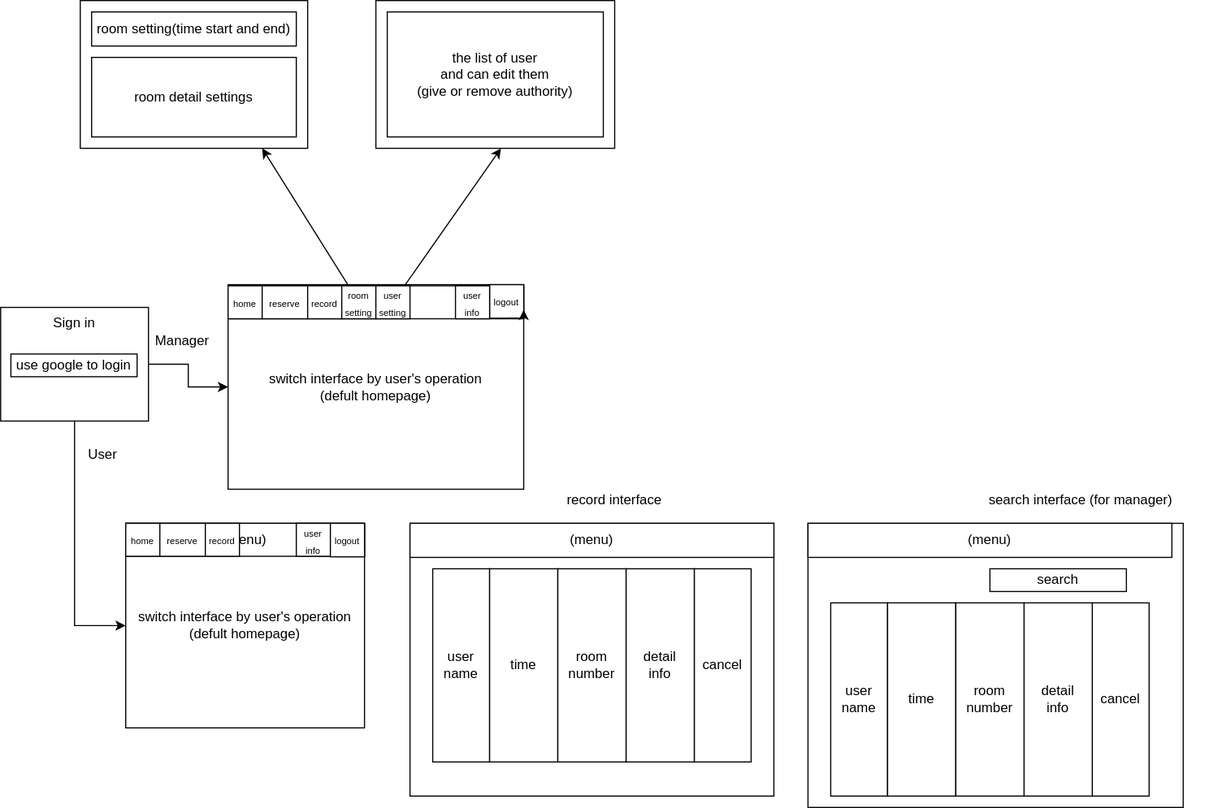
Above: Drawio/2.3.1.drawio.svg in CCCpeggy/Reservatio-system (draw.io), before the change. Source tidied: cells renumbered, new cells last; positions are measured from the earlier drawing's top-left corner, leaving out a move shared by most shapes.
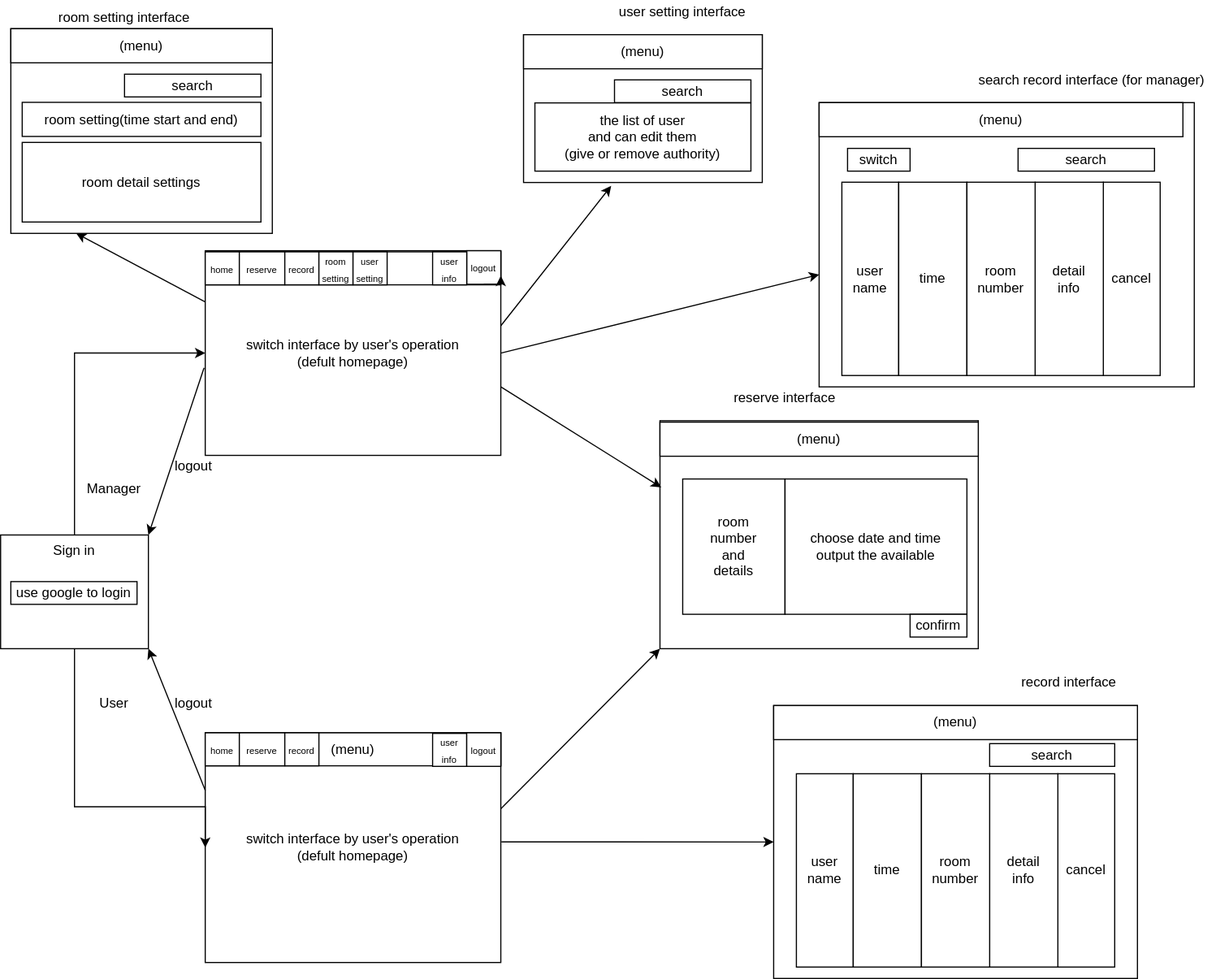
After the commit.

Change to the diagram source:
```diff
@@ -3,17 +3,25 @@
     <mxCell id="0" />
     <mxCell id="1" parent="0" />
     <mxCell id="2" value="&lt;span&gt;switch interface by user's operation&lt;/span&gt;&lt;br&gt;&lt;span&gt;(defult homepage)&lt;/span&gt;" style="rounded=0;whiteSpace=wrap;html=1;" parent="1" vertex="1">
-      <mxGeometry x="110" y="460" width="210" height="180" as="geometry" />
+      <mxGeometry x="180" y="444" width="260" height="202" as="geometry" />
     </mxCell>
     <mxCell id="3" value="&amp;nbsp; &amp;nbsp; &amp;nbsp; &amp;nbsp; &amp;nbsp; &amp;nbsp;(menu)" style="rounded=0;whiteSpace=wrap;html=1;" parent="1" vertex="1">
-      <mxGeometry x="110" y="460" width="210" height="29" as="geometry" />
+      <mxGeometry x="180" y="444" width="260" height="29" as="geometry" />
     </mxCell>
+    <mxCell id="5" style="edgeStyle=orthogonalEdgeStyle;rounded=0;jettySize=auto;html=1;entryX=0;entryY=0.5;entryDx=0;entryDy=0;" parent="1" edge="1" source="6" target="8">
+      <mxGeometry relative="1" as="geometry">
+        <Array as="points">
+          <mxPoint x="65" y="110" />
+        </Array>
+      </mxGeometry>
+    </mxCell>
-    <mxCell id="4" style="rounded=0;jettySize=auto;html=1;entryX=0;entryY=0.5;entryDx=0;entryDy=0;edgeStyle=orthogonalEdgeStyle;" parent="1" edge="1" source="6" target="2">
-      <mxGeometry relative="1" as="geometry" />
+    <mxCell id="4" style="edgeStyle=orthogonalEdgeStyle;rounded=0;jettySize=auto;html=1;entryX=0;entryY=0.5;entryDx=0;entryDy=0;" parent="1" edge="1" source="6" target="2">
+      <mxGeometry relative="1" as="geometry">
+        <Array as="points">
+          <mxPoint x="65" y="509" />
+        </Array>
+      </mxGeometry>
     </mxCell>
-    <mxCell id="5" style="edgeStyle=orthogonalEdgeStyle;rounded=0;jettySize=auto;html=1;entryX=0;entryY=0.5;entryDx=0;entryDy=0;" parent="1" edge="1" source="6" target="8">
-      <mxGeometry relative="1" as="geometry" />
-    </mxCell>
     <mxCell id="6" value="Sign in&amp;nbsp;" style="rounded=0;whiteSpace=wrap;html=1;verticalAlign=top;" parent="1" vertex="1">
       <mxGeometry y="270" width="130" height="100" as="geometry" />
     </mxCell>
@@ -21,131 +29,195 @@
       <mxGeometry x="9" y="311" width="111" height="20" as="geometry" />
     </mxCell>
     <mxCell id="8" value="switch interface by user's operation&lt;br&gt;(defult homepage)" style="rounded=0;whiteSpace=wrap;html=1;" parent="1" vertex="1">
-      <mxGeometry x="200" y="250" width="260" height="180" as="geometry" />
+      <mxGeometry x="180" y="20" width="260" height="180" as="geometry" />
     </mxCell>
     <mxCell id="9" value="User" style="text;html=1;strokeColor=none;fillColor=none;align=center;verticalAlign=middle;whiteSpace=wrap;rounded=0;" parent="1" vertex="1">
-      <mxGeometry x="70" y="390" width="40" height="20" as="geometry" />
+      <mxGeometry x="80" y="408" width="40" height="20" as="geometry" />
     </mxCell>
     <mxCell id="10" value="Manager" style="text;html=1;strokeColor=none;fillColor=none;align=center;verticalAlign=middle;whiteSpace=wrap;rounded=0;" parent="1" vertex="1">
-      <mxGeometry x="140" y="290" width="40" height="20" as="geometry" />
+      <mxGeometry x="80" y="220" width="40" height="20" as="geometry" />
     </mxCell>
-    <mxCell id="11" style="rounded=0;whiteSpace=wrap;html=1;" parent="1" vertex="1">
-      <mxGeometry x="200" y="251" width="260" height="29" as="geometry" />
+    <mxCell id="11" value="&amp;nbsp; &amp;nbsp; &amp;nbsp; &amp;nbsp; &amp;nbsp; &amp;nbsp; &amp;nbsp; &amp;nbsp; &amp;nbsp; &amp;nbsp; &amp;nbsp; &amp;nbsp; &amp;nbsp; &amp;nbsp; &amp;nbsp; &amp;nbsp;(menu)" style="rounded=0;whiteSpace=wrap;html=1;" parent="1" vertex="1">
+      <mxGeometry x="180" y="21" width="260" height="29" as="geometry" />
     </mxCell>
     <mxCell id="12" value="&lt;font style=&quot;font-size: 8px&quot;&gt;home&lt;/font&gt;" style="rounded=0;whiteSpace=wrap;html=1;" parent="1" vertex="1">
-      <mxGeometry x="200" y="251" width="30" height="29" as="geometry" />
+      <mxGeometry x="180" y="21" width="30" height="29" as="geometry" />
     </mxCell>
     <mxCell id="13" value="&lt;font style=&quot;font-size: 8px&quot;&gt;reserve&lt;/font&gt;" style="rounded=0;whiteSpace=wrap;html=1;" parent="1" vertex="1">
-      <mxGeometry x="230" y="251" width="40" height="29" as="geometry" />
+      <mxGeometry x="210" y="21" width="40" height="29" as="geometry" />
     </mxCell>
     <mxCell id="14" value="&lt;span style=&quot;font-size: 8px&quot;&gt;record&lt;/span&gt;" style="rounded=0;whiteSpace=wrap;html=1;" parent="1" vertex="1">
-      <mxGeometry x="270" y="251" width="30" height="29" as="geometry" />
+      <mxGeometry x="250" y="21" width="30" height="29" as="geometry" />
     </mxCell>
     <mxCell id="15" value="&lt;span style=&quot;font-size: 8px&quot;&gt;logout&lt;/span&gt;" style="rounded=0;whiteSpace=wrap;html=1;" parent="1" vertex="1">
-      <mxGeometry x="430" y="250" width="30" height="29.5" as="geometry" />
+      <mxGeometry x="410" y="20" width="30" height="29.5" as="geometry" />
     </mxCell>
-    <mxCell id="16" style="rounded=0;jettySize=auto;html=1;" parent="1" edge="1" source="17">
-      <mxGeometry relative="1" as="geometry">
-        <mxPoint x="230" y="130" as="targetPoint" />
-      </mxGeometry>
-    </mxCell>
     <mxCell id="17" value="&lt;span style=&quot;font-size: 8px&quot;&gt;room&lt;br&gt;setting&lt;br&gt;&lt;/span&gt;" style="rounded=0;whiteSpace=wrap;html=1;" parent="1" vertex="1">
-      <mxGeometry x="300" y="251" width="30" height="29" as="geometry" />
+      <mxGeometry x="280" y="21" width="30" height="29" as="geometry" />
     </mxCell>
     <mxCell id="18" style="edgeStyle=orthogonalEdgeStyle;rounded=0;orthogonalLoop=1;jettySize=auto;html=1;exitX=0.5;exitY=1;exitDx=0;exitDy=0;entryX=1;entryY=0.75;entryDx=0;entryDy=0;" parent="1" edge="1" source="15" target="15">
       <mxGeometry relative="1" as="geometry" />
     </mxCell>
-    <mxCell id="19" style="rounded=0;jettySize=auto;html=1;" parent="1" edge="1" source="20">
-      <mxGeometry relative="1" as="geometry">
-        <mxPoint x="440" y="130" as="targetPoint" />
-      </mxGeometry>
-    </mxCell>
     <mxCell id="20" value="&lt;span style=&quot;font-size: 8px&quot;&gt;user&lt;br&gt;setting&lt;br&gt;&lt;/span&gt;" style="rounded=0;whiteSpace=wrap;html=1;" parent="1" vertex="1">
-      <mxGeometry x="330" y="251" width="30" height="29" as="geometry" />
+      <mxGeometry x="310" y="21" width="30" height="29" as="geometry" />
     </mxCell>
     <mxCell id="21" value="&lt;span style=&quot;font-size: 8px&quot;&gt;user&lt;br&gt;info&lt;br&gt;&lt;/span&gt;" style="rounded=0;whiteSpace=wrap;html=1;" parent="1" vertex="1">
-      <mxGeometry x="400" y="251" width="30" height="29" as="geometry" />
+      <mxGeometry x="380" y="21" width="30" height="29" as="geometry" />
     </mxCell>
     <mxCell id="22" value="&lt;font style=&quot;font-size: 8px&quot;&gt;home&lt;/font&gt;" style="rounded=0;whiteSpace=wrap;html=1;" parent="1" vertex="1">
-      <mxGeometry x="110" y="460" width="30" height="29" as="geometry" />
+      <mxGeometry x="180" y="444" width="30" height="29" as="geometry" />
     </mxCell>
     <mxCell id="23" value="&lt;font style=&quot;font-size: 8px&quot;&gt;reserve&lt;/font&gt;" style="rounded=0;whiteSpace=wrap;html=1;" parent="1" vertex="1">
-      <mxGeometry x="140" y="460" width="40" height="29" as="geometry" />
+      <mxGeometry x="210" y="444" width="40" height="29" as="geometry" />
     </mxCell>
     <mxCell id="24" value="&lt;span style=&quot;font-size: 8px&quot;&gt;record&lt;/span&gt;" style="rounded=0;whiteSpace=wrap;html=1;" parent="1" vertex="1">
-      <mxGeometry x="180" y="460" width="30" height="29" as="geometry" />
+      <mxGeometry x="250" y="444" width="30" height="29" as="geometry" />
     </mxCell>
     <mxCell id="25" value="&lt;span style=&quot;font-size: 8px&quot;&gt;user&lt;br&gt;info&lt;br&gt;&lt;/span&gt;" style="rounded=0;whiteSpace=wrap;html=1;" parent="1" vertex="1">
-      <mxGeometry x="260" y="460" width="30" height="29" as="geometry" />
+      <mxGeometry x="380" y="444.5" width="30" height="29" as="geometry" />
     </mxCell>
     <mxCell id="26" value="&lt;span style=&quot;font-size: 8px&quot;&gt;logout&lt;/span&gt;" style="rounded=0;whiteSpace=wrap;html=1;" parent="1" vertex="1">
-      <mxGeometry x="290" y="460" width="30" height="29.5" as="geometry" />
+      <mxGeometry x="410" y="444" width="30" height="29.5" as="geometry" />
     </mxCell>
     <mxCell id="27" style="rounded=0;whiteSpace=wrap;html=1;" parent="1" vertex="1">
-      <mxGeometry x="70" width="200" height="130" as="geometry" />
+      <mxGeometry x="9" y="-175.2" width="230" height="180" as="geometry" />
     </mxCell>
     <mxCell id="28" style="rounded=0;whiteSpace=wrap;html=1;" parent="1" vertex="1">
-      <mxGeometry x="330" width="210" height="130" as="geometry" />
+      <mxGeometry x="460" y="-170" width="210" height="130" as="geometry" />
     </mxCell>
     <mxCell id="29" value="room setting(time start and end)" style="rounded=0;whiteSpace=wrap;html=1;" parent="1" vertex="1">
-      <mxGeometry x="80" y="10" width="180" height="30" as="geometry" />
+      <mxGeometry x="19" y="-110.5" width="210" height="30" as="geometry" />
     </mxCell>
     <mxCell id="30" value="room detail settings&lt;br&gt;" style="rounded=0;whiteSpace=wrap;html=1;" parent="1" vertex="1">
-      <mxGeometry x="80" y="50" width="180" height="70" as="geometry" />
+      <mxGeometry x="19" y="-75.2" width="210" height="70" as="geometry" />
     </mxCell>
     <mxCell id="31" value="the list of user&lt;br&gt;and can edit them&lt;br&gt;(give or remove authority)" style="rounded=0;whiteSpace=wrap;html=1;" parent="1" vertex="1">
-      <mxGeometry x="340" y="10" width="190" height="110" as="geometry" />
+      <mxGeometry x="470" y="-110" width="190" height="60" as="geometry" />
     </mxCell>
     <mxCell id="32" style="rounded=0;whiteSpace=wrap;html=1;" parent="1" vertex="1">
-      <mxGeometry x="360" y="460" width="320" height="240" as="geometry" />
+      <mxGeometry x="680" y="420" width="320" height="240" as="geometry" />
     </mxCell>
     <mxCell id="33" value="record interface" style="text;html=1;strokeColor=none;fillColor=none;align=center;verticalAlign=middle;whiteSpace=wrap;rounded=0;" parent="1" vertex="1">
-      <mxGeometry x="460" y="430" width="160" height="20" as="geometry" />
+      <mxGeometry x="860" y="390" width="160" height="20" as="geometry" />
     </mxCell>
     <mxCell id="34" value="(menu)" style="rounded=0;whiteSpace=wrap;html=1;" parent="1" vertex="1">
-      <mxGeometry x="360" y="460" width="320" height="30" as="geometry" />
+      <mxGeometry x="680" y="420" width="320" height="30" as="geometry" />
     </mxCell>
     <mxCell id="35" value="cancel" style="rounded=0;whiteSpace=wrap;html=1;" parent="1" vertex="1">
-      <mxGeometry x="610" y="500" width="50" height="170" as="geometry" />
+      <mxGeometry x="930" y="480" width="50" height="170" as="geometry" />
     </mxCell>
     <mxCell id="36" value="detail&lt;br&gt;info" style="rounded=0;whiteSpace=wrap;html=1;" parent="1" vertex="1">
-      <mxGeometry x="550" y="500" width="60" height="170" as="geometry" />
+      <mxGeometry x="870" y="480" width="60" height="170" as="geometry" />
     </mxCell>
     <mxCell id="37" value="user&lt;br&gt;name" style="rounded=0;whiteSpace=wrap;html=1;" parent="1" vertex="1">
-      <mxGeometry x="380" y="500" width="50" height="170" as="geometry" />
+      <mxGeometry x="700" y="480" width="50" height="170" as="geometry" />
     </mxCell>
     <mxCell id="38" value="time" style="rounded=0;whiteSpace=wrap;html=1;" parent="1" vertex="1">
-      <mxGeometry x="430" y="500" width="60" height="170" as="geometry" />
+      <mxGeometry x="750" y="480" width="60" height="170" as="geometry" />
     </mxCell>
     <mxCell id="39" value="room&lt;br&gt;number" style="rounded=0;whiteSpace=wrap;html=1;" parent="1" vertex="1">
-      <mxGeometry x="490" y="500" width="60" height="170" as="geometry" />
+      <mxGeometry x="810" y="480" width="60" height="170" as="geometry" />
     </mxCell>
     <mxCell id="40" style="rounded=0;whiteSpace=wrap;html=1;" parent="1" vertex="1">
-      <mxGeometry x="710" y="460" width="330" height="250" as="geometry" />
+      <mxGeometry x="720" y="-110.2" width="330" height="250" as="geometry" />
     </mxCell>
     <mxCell id="41" value="(menu)" style="rounded=0;whiteSpace=wrap;html=1;" parent="1" vertex="1">
-      <mxGeometry x="710" y="460" width="320" height="30" as="geometry" />
+      <mxGeometry x="720" y="-110.2" width="320" height="30" as="geometry" />
     </mxCell>
     <mxCell id="42" value="cancel" style="rounded=0;whiteSpace=wrap;html=1;" parent="1" vertex="1">
-      <mxGeometry x="960" y="530" width="50" height="170" as="geometry" />
+      <mxGeometry x="970" y="-40.2" width="50" height="170" as="geometry" />
     </mxCell>
     <mxCell id="43" value="detail&lt;br&gt;info" style="rounded=0;whiteSpace=wrap;html=1;" parent="1" vertex="1">
-      <mxGeometry x="900" y="530" width="60" height="170" as="geometry" />
+      <mxGeometry x="910" y="-40.2" width="60" height="170" as="geometry" />
     </mxCell>
     <mxCell id="44" value="user&lt;br&gt;name" style="rounded=0;whiteSpace=wrap;html=1;" parent="1" vertex="1">
-      <mxGeometry x="730" y="530" width="50" height="170" as="geometry" />
+      <mxGeometry x="740" y="-40.2" width="50" height="170" as="geometry" />
     </mxCell>
     <mxCell id="45" value="time" style="rounded=0;whiteSpace=wrap;html=1;" parent="1" vertex="1">
-      <mxGeometry x="780" y="530" width="60" height="170" as="geometry" />
+      <mxGeometry x="790" y="-40.2" width="60" height="170" as="geometry" />
     </mxCell>
     <mxCell id="46" value="room&lt;br&gt;number" style="rounded=0;whiteSpace=wrap;html=1;" parent="1" vertex="1">
-      <mxGeometry x="840" y="530" width="60" height="170" as="geometry" />
+      <mxGeometry x="850" y="-40.2" width="60" height="170" as="geometry" />
     </mxCell>
-    <mxCell id="47" value="search interface (for manager)" style="text;html=1;strokeColor=none;fillColor=none;align=center;verticalAlign=middle;whiteSpace=wrap;rounded=0;" parent="1" vertex="1">
-      <mxGeometry x="830" y="430" width="240" height="20" as="geometry" />
+    <mxCell id="47" value="search record interface (for manager)" style="text;html=1;strokeColor=none;fillColor=none;align=center;verticalAlign=middle;whiteSpace=wrap;rounded=0;" parent="1" vertex="1">
+      <mxGeometry x="840" y="-140.2" width="240" height="20" as="geometry" />
     </mxCell>
     <mxCell id="48" value="search" style="rounded=0;whiteSpace=wrap;html=1;" parent="1" vertex="1">
-      <mxGeometry x="870" y="500" width="120" height="20" as="geometry" />
+      <mxGeometry x="895" y="-70" width="120" height="20" as="geometry" />
     </mxCell>
+    <mxCell id="49" style="rounded=0;whiteSpace=wrap;html=1;" parent="1" vertex="1">
+      <mxGeometry x="580" y="169.5" width="280" height="200.5" as="geometry" />
+    </mxCell>
+    <mxCell id="50" value="&amp;nbsp;reserve interface" style="text;html=1;strokeColor=none;fillColor=none;align=center;verticalAlign=middle;whiteSpace=wrap;rounded=0;" parent="1" vertex="1">
+      <mxGeometry x="580" y="139.8" width="220" height="20" as="geometry" />
+    </mxCell>
+    <mxCell id="51" value="(menu)" style="rounded=0;whiteSpace=wrap;html=1;" parent="1" vertex="1">
+      <mxGeometry x="580" y="170.8" width="280" height="30" as="geometry" />
+    </mxCell>
+    <mxCell id="52" value="room&lt;br&gt;number&lt;br&gt;and&lt;br&gt;details" style="rounded=0;whiteSpace=wrap;html=1;" parent="1" vertex="1">
+      <mxGeometry x="600" y="220.8" width="90" height="119" as="geometry" />
+    </mxCell>
+    <mxCell id="53" value="choose date and time&lt;br&gt;output the available" style="rounded=0;whiteSpace=wrap;html=1;" parent="1" vertex="1">
+      <mxGeometry x="690" y="220.8" width="160" height="119" as="geometry" />
+    </mxCell>
+    <mxCell id="54" value="confirm" style="rounded=0;whiteSpace=wrap;html=1;" parent="1" vertex="1">
+      <mxGeometry x="800" y="339.8" width="50" height="20" as="geometry" />
+    </mxCell>
+    <mxCell id="55" value="room setting interface" style="text;html=1;strokeColor=none;fillColor=none;align=center;verticalAlign=middle;whiteSpace=wrap;rounded=0;" parent="1" vertex="1">
+      <mxGeometry x="39" y="-195.2" width="140" height="20" as="geometry" />
+    </mxCell>
+    <mxCell id="56" value="user setting interface" style="text;html=1;strokeColor=none;fillColor=none;align=center;verticalAlign=middle;whiteSpace=wrap;rounded=0;" parent="1" vertex="1">
+      <mxGeometry x="530" y="-200" width="140" height="20" as="geometry" />
+    </mxCell>
+    <mxCell id="57" style="endArrow=classic;html=1;entryX=1;entryY=0;entryDx=0;entryDy=0;exitX=-0.004;exitY=0.572;exitDx=0;exitDy=0;exitPerimeter=0;" parent="1" edge="1" source="8" target="6">
+      <mxGeometry relative="1" as="geometry" />
+    </mxCell>
+    <mxCell id="58" style="endArrow=classic;html=1;entryX=1;entryY=1;entryDx=0;entryDy=0;exitX=0;exitY=0.25;exitDx=0;exitDy=0;" parent="1" edge="1" source="2" target="6">
+      <mxGeometry relative="1" as="geometry" />
+    </mxCell>
+    <mxCell id="59" value="logout" style="text;html=1;strokeColor=none;fillColor=none;align=center;verticalAlign=middle;whiteSpace=wrap;rounded=0;" parent="1" vertex="1">
+      <mxGeometry x="150" y="200" width="40" height="20" as="geometry" />
+    </mxCell>
+    <mxCell id="60" value="logout" style="text;html=1;strokeColor=none;fillColor=none;align=center;verticalAlign=middle;whiteSpace=wrap;rounded=0;" parent="1" vertex="1">
+      <mxGeometry x="150" y="408" width="40" height="20" as="geometry" />
+    </mxCell>
+    <mxCell id="61" style="endArrow=classic;html=1;exitX=1.002;exitY=0.475;exitDx=0;exitDy=0;exitPerimeter=0;entryX=0;entryY=0.5;entryDx=0;entryDy=0;" parent="1" edge="1" source="2" target="32">
+      <mxGeometry relative="1" as="geometry" />
+    </mxCell>
+    <mxCell id="62" style="endArrow=classic;html=1;entryX=0;entryY=1;entryDx=0;entryDy=0;exitX=1;exitY=0.331;exitDx=0;exitDy=0;exitPerimeter=0;" parent="1" edge="1" source="2" target="49">
+      <mxGeometry relative="1" as="geometry" />
+    </mxCell>
+    <mxCell id="63" style="endArrow=classic;html=1;entryX=0.004;entryY=0.292;entryDx=0;entryDy=0;exitX=1;exitY=0.331;exitDx=0;exitDy=0;exitPerimeter=0;entryPerimeter=0;" parent="1" edge="1" target="49">
+      <mxGeometry relative="1" as="geometry">
+        <mxPoint x="440" y="139.8" as="sourcePoint" />
+      </mxGeometry>
+    </mxCell>
+    <mxCell id="64" style="endArrow=classic;html=1;entryX=0;entryY=0.605;entryDx=0;entryDy=0;exitX=1;exitY=0.5;exitDx=0;exitDy=0;entryPerimeter=0;" parent="1" edge="1" source="8" target="40">
+      <mxGeometry relative="1" as="geometry" />
+    </mxCell>
+    <mxCell id="65" style="endArrow=classic;html=1;entryX=0.25;entryY=1;entryDx=0;entryDy=0;exitX=0;exitY=0.25;exitDx=0;exitDy=0;" parent="1" edge="1" source="8" target="27">
+      <mxGeometry relative="1" as="geometry" />
+    </mxCell>
+    <mxCell id="66" style="endArrow=classic;html=1;entryX=0.367;entryY=1.023;entryDx=0;entryDy=0;entryPerimeter=0;exitX=1;exitY=0.367;exitDx=0;exitDy=0;exitPerimeter=0;" parent="1" edge="1" source="8" target="28">
+      <mxGeometry relative="1" as="geometry" />
+    </mxCell>
+    <mxCell id="67" value="search" style="rounded=0;whiteSpace=wrap;html=1;" parent="1" vertex="1">
+      <mxGeometry x="870" y="453.5" width="110" height="20" as="geometry" />
+    </mxCell>
+    <mxCell id="68" value="switch" style="rounded=0;whiteSpace=wrap;html=1;" parent="1" vertex="1">
+      <mxGeometry x="745" y="-70" width="55" height="20" as="geometry" />
+    </mxCell>
+    <mxCell id="69" value="(menu)" style="rounded=0;whiteSpace=wrap;html=1;" parent="1" vertex="1">
+      <mxGeometry x="460" y="-170" width="210" height="30" as="geometry" />
+    </mxCell>
+    <mxCell id="70" value="search" style="rounded=0;whiteSpace=wrap;html=1;" parent="1" vertex="1">
+      <mxGeometry x="540" y="-130.2" width="120" height="20" as="geometry" />
+    </mxCell>
+    <mxCell id="71" value="search" style="rounded=0;whiteSpace=wrap;html=1;" parent="1" vertex="1">
+      <mxGeometry x="109" y="-135.2" width="120" height="20" as="geometry" />
+    </mxCell>
+    <mxCell id="72" value="(menu)" style="rounded=0;whiteSpace=wrap;html=1;" parent="1" vertex="1">
+      <mxGeometry x="9" y="-175.2" width="230" height="30" as="geometry" />
+    </mxCell>
   </root>
 </mxGraphModel>
```
